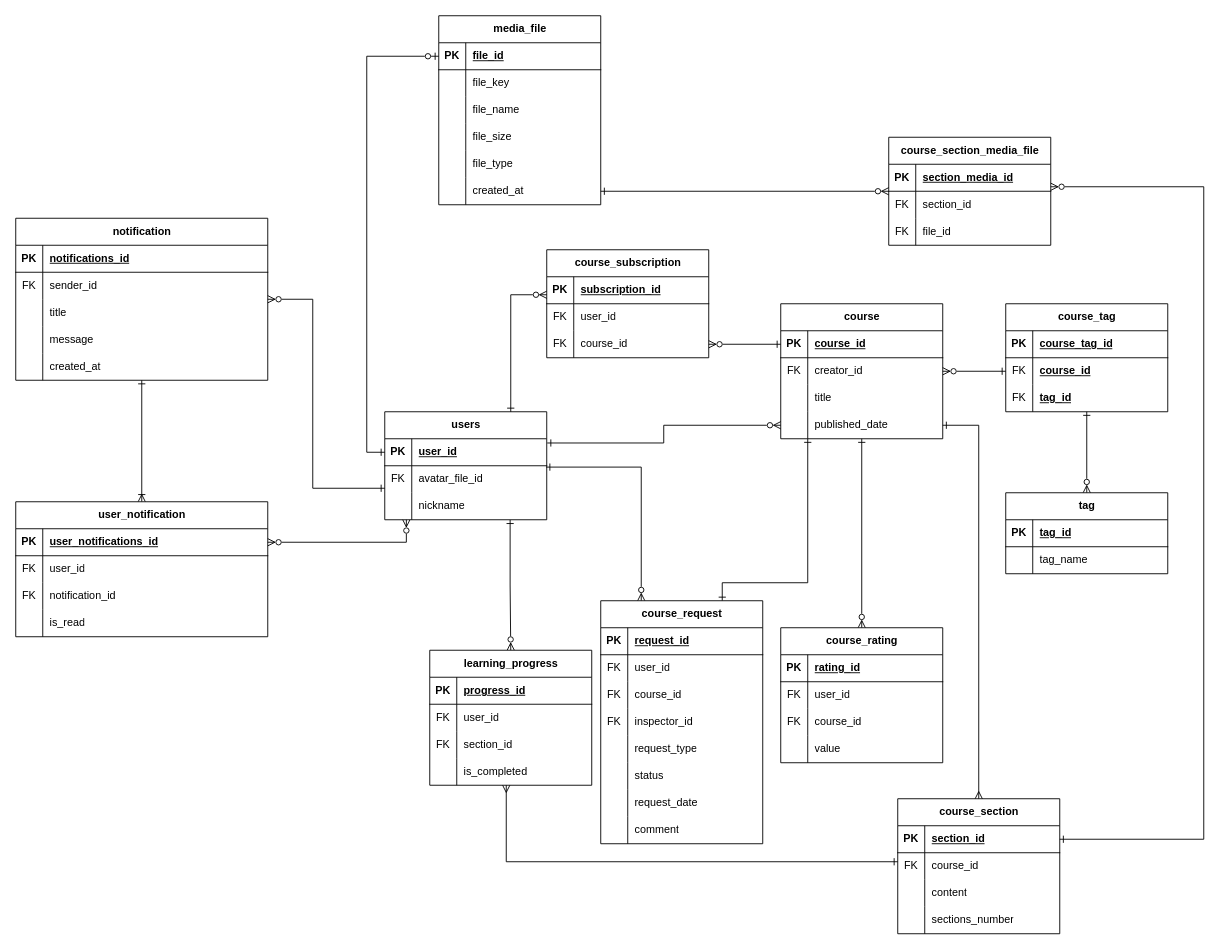
This is diagrams/ER диаграмма (Entity Relations diagram)/ER diagram.drawio from sahland/9.5-Team, a draw.io file, before an edit. Source tidied: cells renumbered, new cells numbered last; positions are measured from the earlier drawing's top-left corner, leaving out a move shared by most shapes. Both pictures are drawn from the tidied source at 90%, with x=0, y=0 at pixel (15, 15).
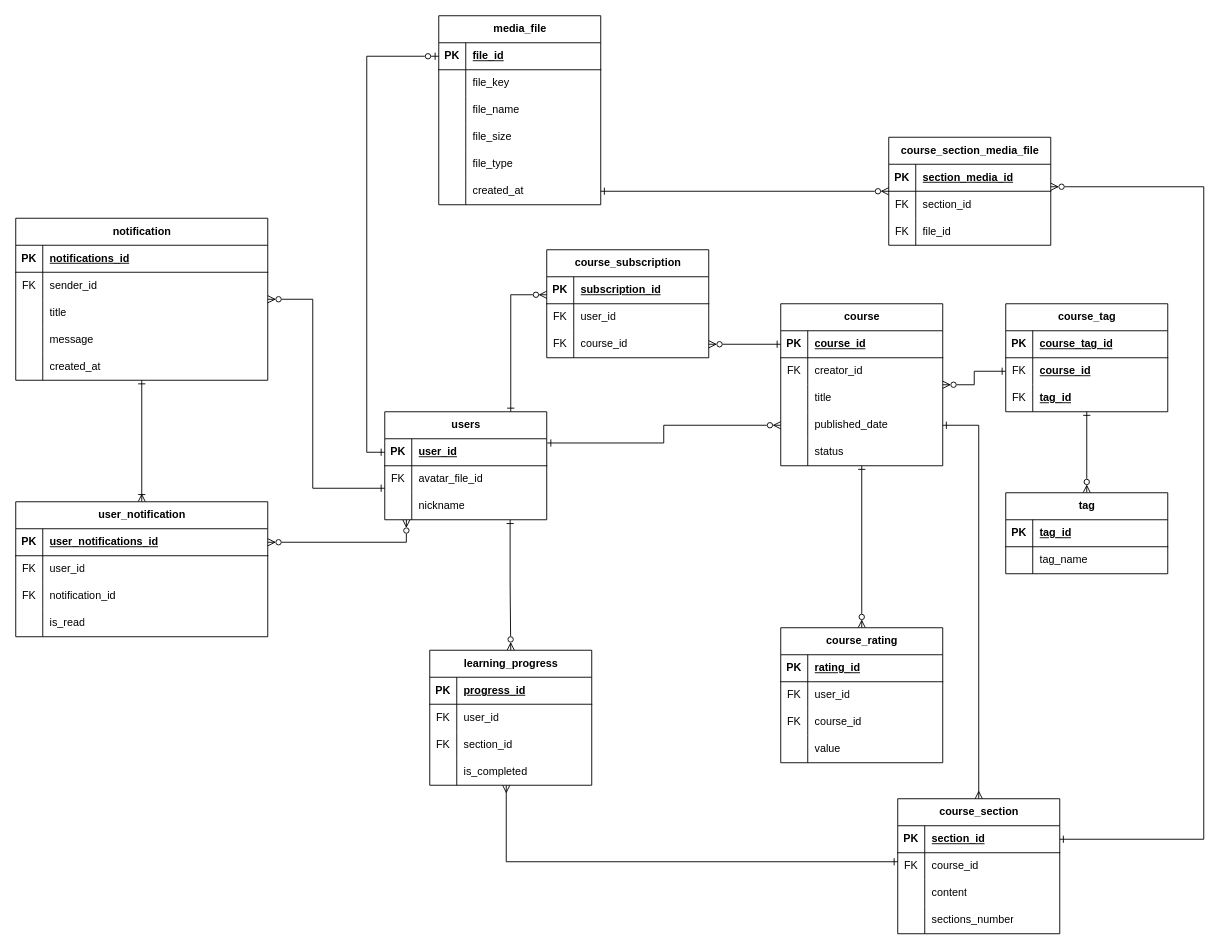
The same diagram, later.

Unchanged cells that the change refers to:
```xml
<mxCell id="7" style="shape=tableRow;horizontal=0;startSize=0;swimlaneHead=0;swimlaneBody=0;fillColor=none;points=[[0,0.5],[1,0.5]];portConstraint=eastwest;top=0;left=0;right=0;bottom=1;" parent="6" vertex="1">
  <mxGeometry y="30" width="180" height="30" as="geometry" />
</mxCell>
<mxCell id="10" style="shape=tableRow;horizontal=0;startSize=0;swimlaneHead=0;swimlaneBody=0;fillColor=none;points=[[0,0.5],[1,0.5]];portConstraint=eastwest;top=0;left=0;right=0;bottom=0;" parent="6" vertex="1">
  <mxGeometry y="60" width="180" height="30" as="geometry" />
</mxCell>
<mxCell id="29" style="shape=tableRow;horizontal=0;startSize=0;swimlaneHead=0;swimlaneBody=0;fillColor=none;points=[[0,0.5],[1,0.5]];portConstraint=eastwest;top=0;left=0;right=0;bottom=0;" parent="19" vertex="1">
  <mxGeometry y="120" width="180" height="30" as="geometry" />
</mxCell>
```

The edit, as a diff of the source:
```diff
@@
-    <mxCell id="3" style="edgeStyle=orthogonalEdgeStyle;rounded=0;jettySize=auto;html=1;startArrow=ERone;startFill=0;endArrow=ERzeroToMany;endFill=0;entryX=0.25;entryY=0;entryDx=0;entryDy=0;exitX=0.997;exitY=0.05;exitDx=0;exitDy=0;exitPerimeter=0;" parent="1" edge="1" source="10" target="82">
-      <mxGeometry relative="1" as="geometry" />
-    </mxCell>
@@
     <mxCell id="19" value="course" style="shape=table;startSize=30;childLayout=tableLayout;rowLines=0;fontStyle=1;align=center;html=1;" parent="1" vertex="1">
-      <mxGeometry x="850" y="320" width="180" height="150" as="geometry" />
+      <mxGeometry x="850" y="320" width="180" height="180" as="geometry" />
     </mxCell>
@@
+    <mxCell id="95" style="shape=tableRow;horizontal=0;startSize=0;swimlaneHead=0;swimlaneBody=0;fillColor=none;top=0;left=0;right=0;bottom=0;" parent="19" vertex="1">
+      <mxGeometry y="150" width="180" height="30" as="geometry" />
+    </mxCell>
+    <mxCell id="191" style="shape=partialRectangle;fillColor=none;top=0;left=0;bottom=0;right=0;overflow=hidden;whiteSpace=wrap;html=1;" parent="95" vertex="1">
+      <mxGeometry width="30" height="30" as="geometry" />
+    </mxCell>
+    <mxCell id="100" value="status" style="shape=partialRectangle;fillColor=none;top=0;left=0;bottom=0;right=0;align=left;spacingLeft=6;overflow=hidden;whiteSpace=wrap;html=1;" parent="95" vertex="1">
+      <mxGeometry x="30" width="150" height="30" as="geometry" />
+    </mxCell>
@@
-    <mxCell id="81" style="edgeStyle=orthogonalEdgeStyle;rounded=0;jettySize=auto;html=1;startArrow=ERone;startFill=0;endArrow=ERone;endFill=0;exitX=0.75;exitY=0;exitDx=0;exitDy=0;" parent="1" edge="1" source="82" target="19">
-      <mxGeometry relative="1" as="geometry">
-        <Array as="points">
-          <mxPoint x="785" y="630" />
-          <mxPoint x="880" y="630" />
-        </Array>
-      </mxGeometry>
-    </mxCell>
-    <mxCell id="82" value="course_request" style="shape=table;startSize=30;childLayout=tableLayout;rowLines=0;fontStyle=1;align=center;html=1;" parent="1" vertex="1">
-      <mxGeometry x="650" y="650" width="180" height="270" as="geometry" />
-    </mxCell>
-    <mxCell id="83" style="shape=tableRow;horizontal=0;startSize=0;swimlaneHead=0;swimlaneBody=0;fillColor=none;top=0;left=0;right=0;bottom=1;" parent="82" vertex="1">
-      <mxGeometry y="30" width="180" height="30" as="geometry" />
-    </mxCell>
-    <mxCell id="84" value="PK" style="shape=partialRectangle;fillColor=none;top=0;left=0;bottom=0;right=0;fontStyle=1;overflow=hidden;whiteSpace=wrap;html=1;" parent="83" vertex="1">
-      <mxGeometry width="30" height="30" as="geometry" />
-    </mxCell>
-    <mxCell id="85" value="request_id" style="shape=partialRectangle;fillColor=none;top=0;left=0;bottom=0;right=0;align=left;spacingLeft=6;fontStyle=5;overflow=hidden;whiteSpace=wrap;html=1;" parent="83" vertex="1">
-      <mxGeometry x="30" width="150" height="30" as="geometry" />
-    </mxCell>
-    <mxCell id="86" style="shape=tableRow;horizontal=0;startSize=0;swimlaneHead=0;swimlaneBody=0;fillColor=none;top=0;left=0;right=0;bottom=0;" parent="82" vertex="1">
-      <mxGeometry y="60" width="180" height="30" as="geometry" />
-    </mxCell>
-    <mxCell id="87" value="FK" style="shape=partialRectangle;fillColor=none;top=0;left=0;bottom=0;right=0;overflow=hidden;whiteSpace=wrap;html=1;" parent="86" vertex="1">
-      <mxGeometry width="30" height="30" as="geometry" />
-    </mxCell>
-    <mxCell id="88" value="user_id" style="shape=partialRectangle;fillColor=none;top=0;left=0;bottom=0;right=0;align=left;spacingLeft=6;overflow=hidden;whiteSpace=wrap;html=1;" parent="86" vertex="1">
-      <mxGeometry x="30" width="150" height="30" as="geometry" />
-    </mxCell>
-    <mxCell id="89" style="shape=tableRow;horizontal=0;startSize=0;swimlaneHead=0;swimlaneBody=0;fillColor=none;top=0;left=0;right=0;bottom=0;" parent="82" vertex="1">
-      <mxGeometry y="90" width="180" height="30" as="geometry" />
-    </mxCell>
-    <mxCell id="90" value="FK" style="shape=partialRectangle;fillColor=none;top=0;left=0;bottom=0;right=0;overflow=hidden;whiteSpace=wrap;html=1;" parent="89" vertex="1">
-      <mxGeometry width="30" height="30" as="geometry" />
-    </mxCell>
-    <mxCell id="91" value="course_id" style="shape=partialRectangle;fillColor=none;top=0;left=0;bottom=0;right=0;align=left;spacingLeft=6;overflow=hidden;whiteSpace=wrap;html=1;" parent="89" vertex="1">
-      <mxGeometry x="30" width="150" height="30" as="geometry" />
-    </mxCell>
-    <mxCell id="92" style="shape=tableRow;horizontal=0;startSize=0;swimlaneHead=0;swimlaneBody=0;fillColor=none;top=0;left=0;right=0;bottom=0;" parent="82" vertex="1">
-      <mxGeometry y="120" width="180" height="30" as="geometry" />
-    </mxCell>
-    <mxCell id="93" value="FK" style="shape=partialRectangle;fillColor=none;top=0;left=0;bottom=0;right=0;overflow=hidden;whiteSpace=wrap;html=1;" parent="92" vertex="1">
-      <mxGeometry width="30" height="30" as="geometry" />
-    </mxCell>
-    <mxCell id="94" value="inspector_id" style="shape=partialRectangle;fillColor=none;top=0;left=0;bottom=0;right=0;align=left;spacingLeft=6;overflow=hidden;whiteSpace=wrap;html=1;" parent="92" vertex="1">
-      <mxGeometry x="30" width="150" height="30" as="geometry" />
-    </mxCell>
-    <mxCell id="95" style="shape=tableRow;horizontal=0;startSize=0;swimlaneHead=0;swimlaneBody=0;fillColor=none;top=0;left=0;right=0;bottom=0;" parent="82" vertex="1">
-      <mxGeometry y="150" width="180" height="30" as="geometry" />
-    </mxCell>
-    <mxCell id="96" style="shape=partialRectangle;fillColor=none;top=0;left=0;bottom=0;right=0;overflow=hidden;whiteSpace=wrap;html=1;" parent="95" vertex="1">
-      <mxGeometry width="30" height="30" as="geometry" />
-    </mxCell>
-    <mxCell id="97" value="request_type" style="shape=partialRectangle;fillColor=none;top=0;left=0;bottom=0;right=0;align=left;spacingLeft=6;overflow=hidden;whiteSpace=wrap;html=1;" parent="95" vertex="1">
-      <mxGeometry x="30" width="150" height="30" as="geometry" />
-    </mxCell>
-    <mxCell id="98" style="shape=tableRow;horizontal=0;startSize=0;swimlaneHead=0;swimlaneBody=0;fillColor=none;top=0;left=0;right=0;bottom=0;" parent="82" vertex="1">
-      <mxGeometry y="180" width="180" height="30" as="geometry" />
-    </mxCell>
-    <mxCell id="99" style="shape=partialRectangle;fillColor=none;top=0;left=0;bottom=0;right=0;overflow=hidden;whiteSpace=wrap;html=1;" parent="98" vertex="1">
-      <mxGeometry width="30" height="30" as="geometry" />
-    </mxCell>
-    <mxCell id="100" value="status" style="shape=partialRectangle;fillColor=none;top=0;left=0;bottom=0;right=0;align=left;spacingLeft=6;overflow=hidden;whiteSpace=wrap;html=1;" parent="98" vertex="1">
-      <mxGeometry x="30" width="150" height="30" as="geometry" />
-    </mxCell>
-    <mxCell id="101" style="shape=tableRow;horizontal=0;startSize=0;swimlaneHead=0;swimlaneBody=0;fillColor=none;top=0;left=0;right=0;bottom=0;" parent="82" vertex="1">
-      <mxGeometry y="210" width="180" height="30" as="geometry" />
-    </mxCell>
-    <mxCell id="102" style="shape=partialRectangle;fillColor=none;top=0;left=0;bottom=0;right=0;overflow=hidden;whiteSpace=wrap;html=1;" parent="101" vertex="1">
-      <mxGeometry width="30" height="30" as="geometry" />
-    </mxCell>
-    <mxCell id="103" value="request_date" style="shape=partialRectangle;fillColor=none;top=0;left=0;bottom=0;right=0;align=left;spacingLeft=6;overflow=hidden;whiteSpace=wrap;html=1;" parent="101" vertex="1">
-      <mxGeometry x="30" width="150" height="30" as="geometry" />
-    </mxCell>
-    <mxCell id="104" style="shape=tableRow;horizontal=0;startSize=0;swimlaneHead=0;swimlaneBody=0;fillColor=none;top=0;left=0;right=0;bottom=0;" parent="82" vertex="1">
-      <mxGeometry y="240" width="180" height="30" as="geometry" />
-    </mxCell>
-    <mxCell id="105" style="shape=partialRectangle;fillColor=none;top=0;left=0;bottom=0;right=0;overflow=hidden;whiteSpace=wrap;html=1;" parent="104" vertex="1">
-      <mxGeometry width="30" height="30" as="geometry" />
-    </mxCell>
-    <mxCell id="106" value="comment" style="shape=partialRectangle;fillColor=none;top=0;left=0;bottom=0;right=0;align=left;spacingLeft=6;overflow=hidden;whiteSpace=wrap;html=1;" parent="104" vertex="1">
-      <mxGeometry x="30" width="150" height="30" as="geometry" />
-    </mxCell>
     <mxCell id="107" style="rounded=0;jettySize=auto;html=1;strokeColor=default;startArrow=ERone;startFill=0;endArrow=ERzeroToMany;endFill=0;entryX=0;entryY=0.5;entryDx=0;entryDy=0;edgeStyle=orthogonalEdgeStyle;exitX=1.003;exitY=0.157;exitDx=0;exitDy=0;exitPerimeter=0;" parent="1" edge="1" source="7" target="29">
-      <mxGeometry relative="1" as="geometry" />
+      <mxGeometry relative="1" as="geometry">
+        <Array as="points">
+          <mxPoint x="720" y="475" />
+          <mxPoint x="720" y="455" />
+        </Array>
+      </mxGeometry>
     </mxCell>
```
